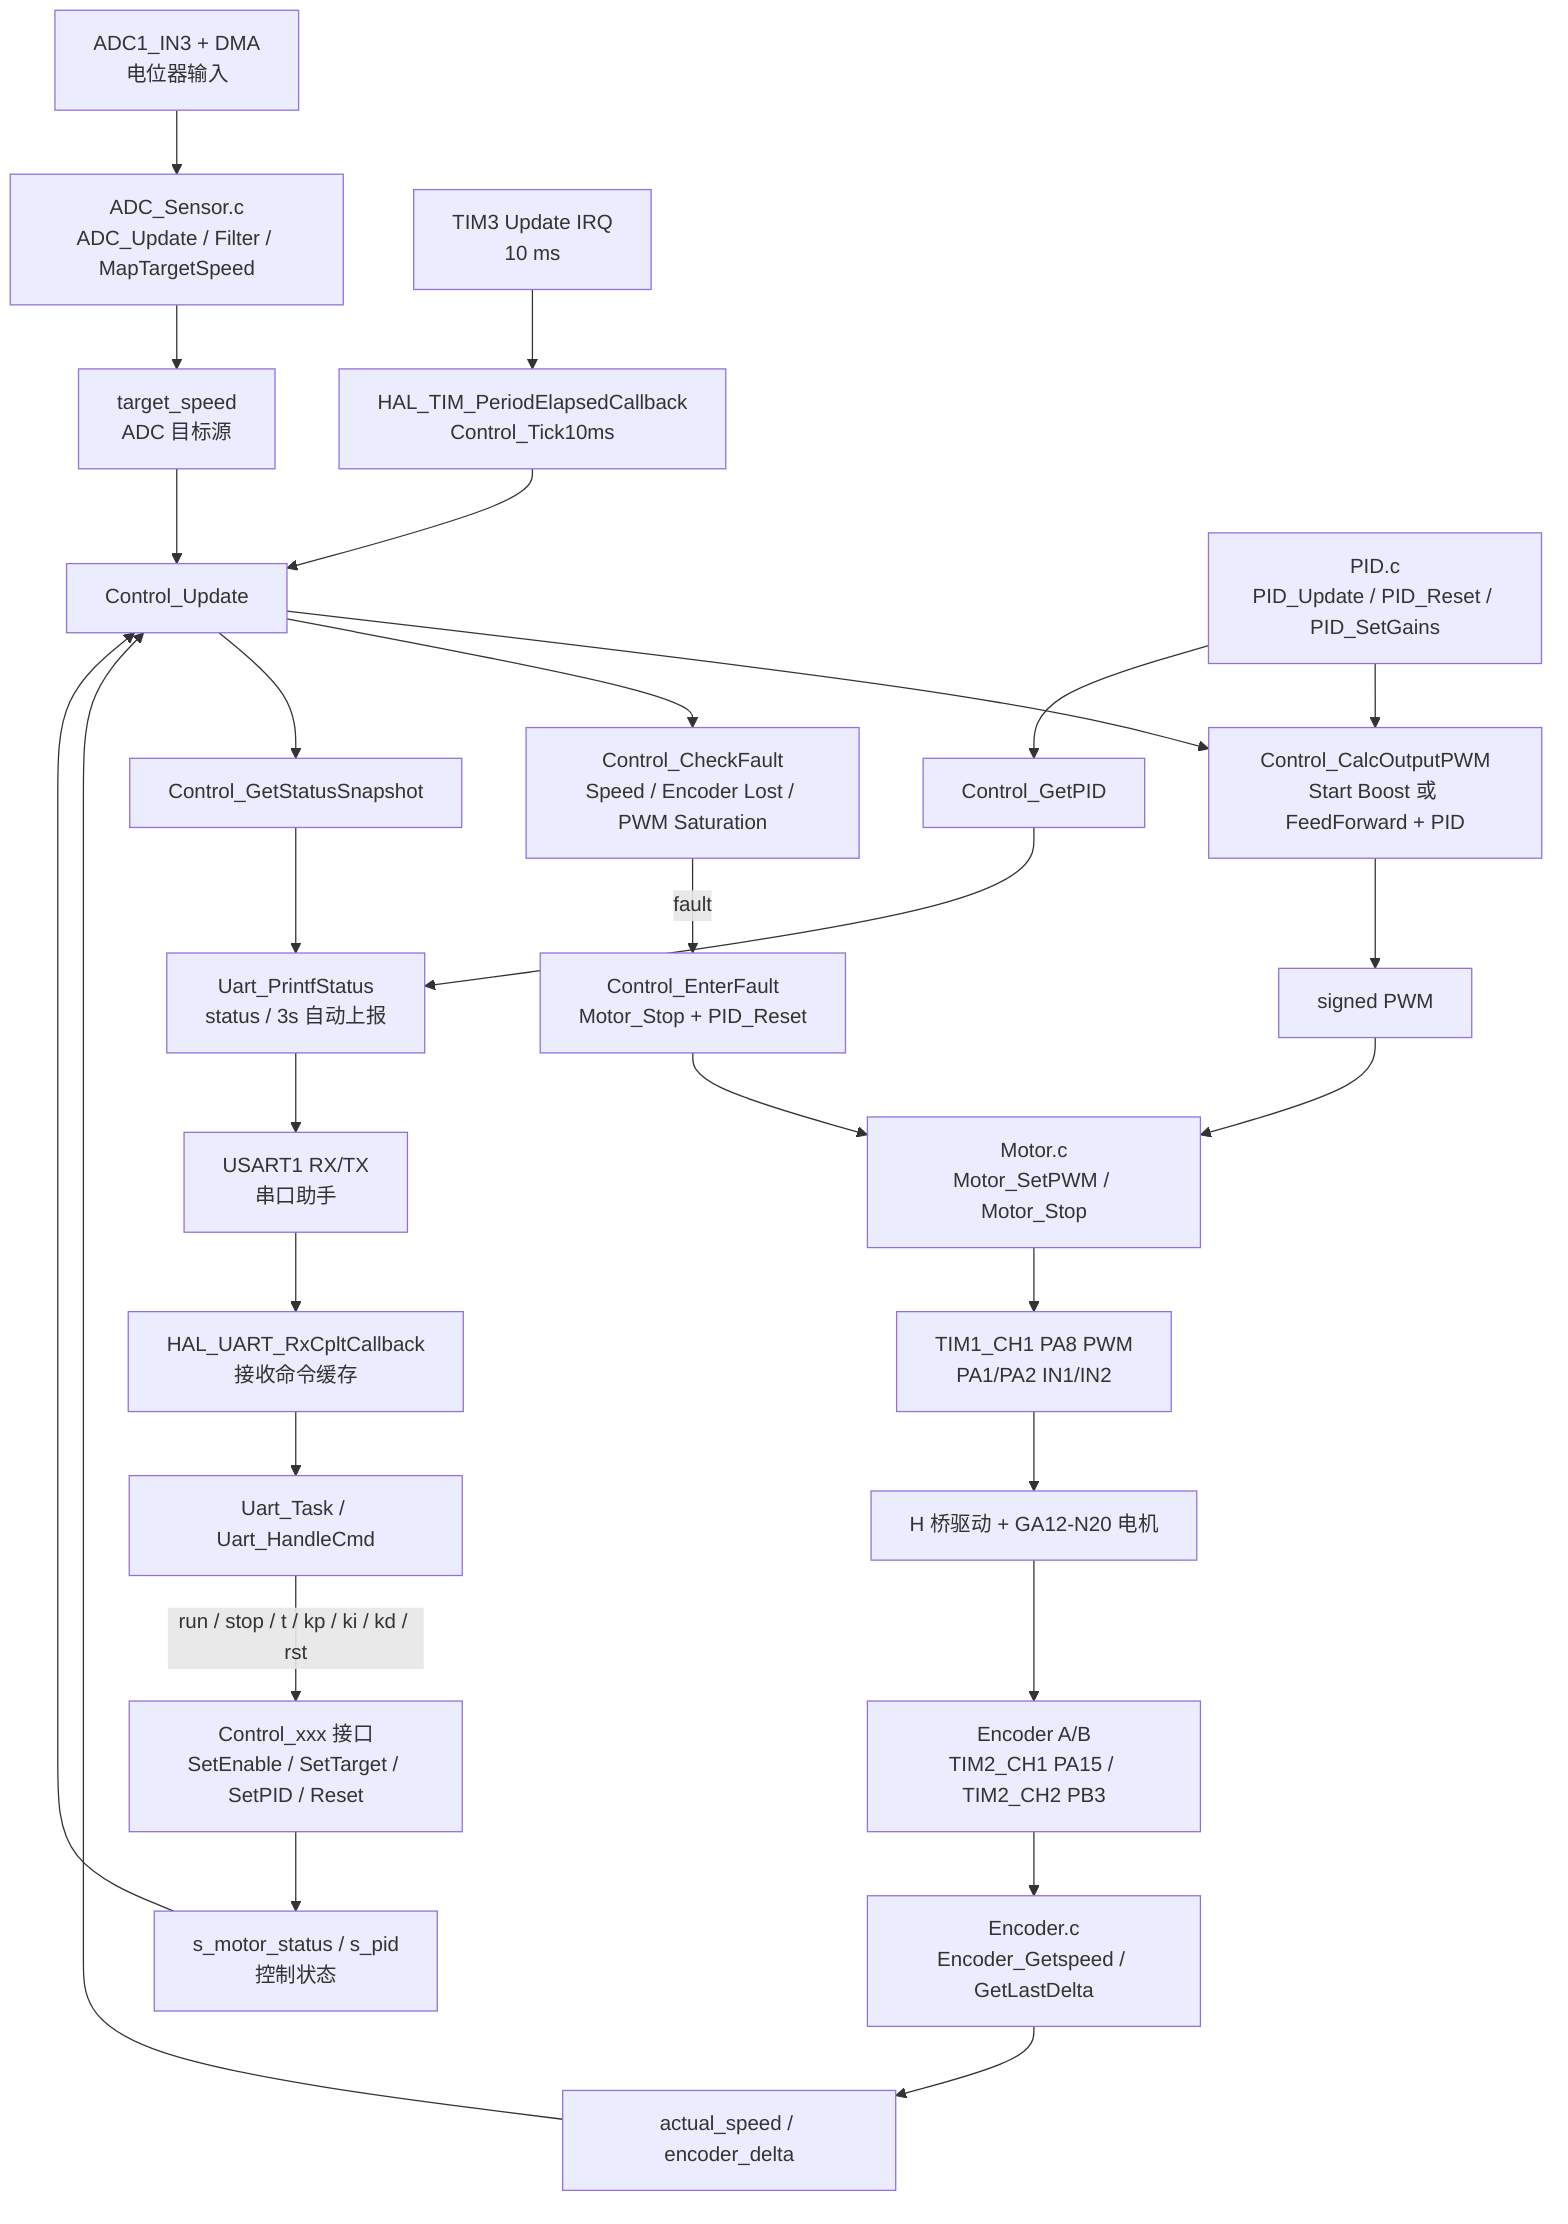
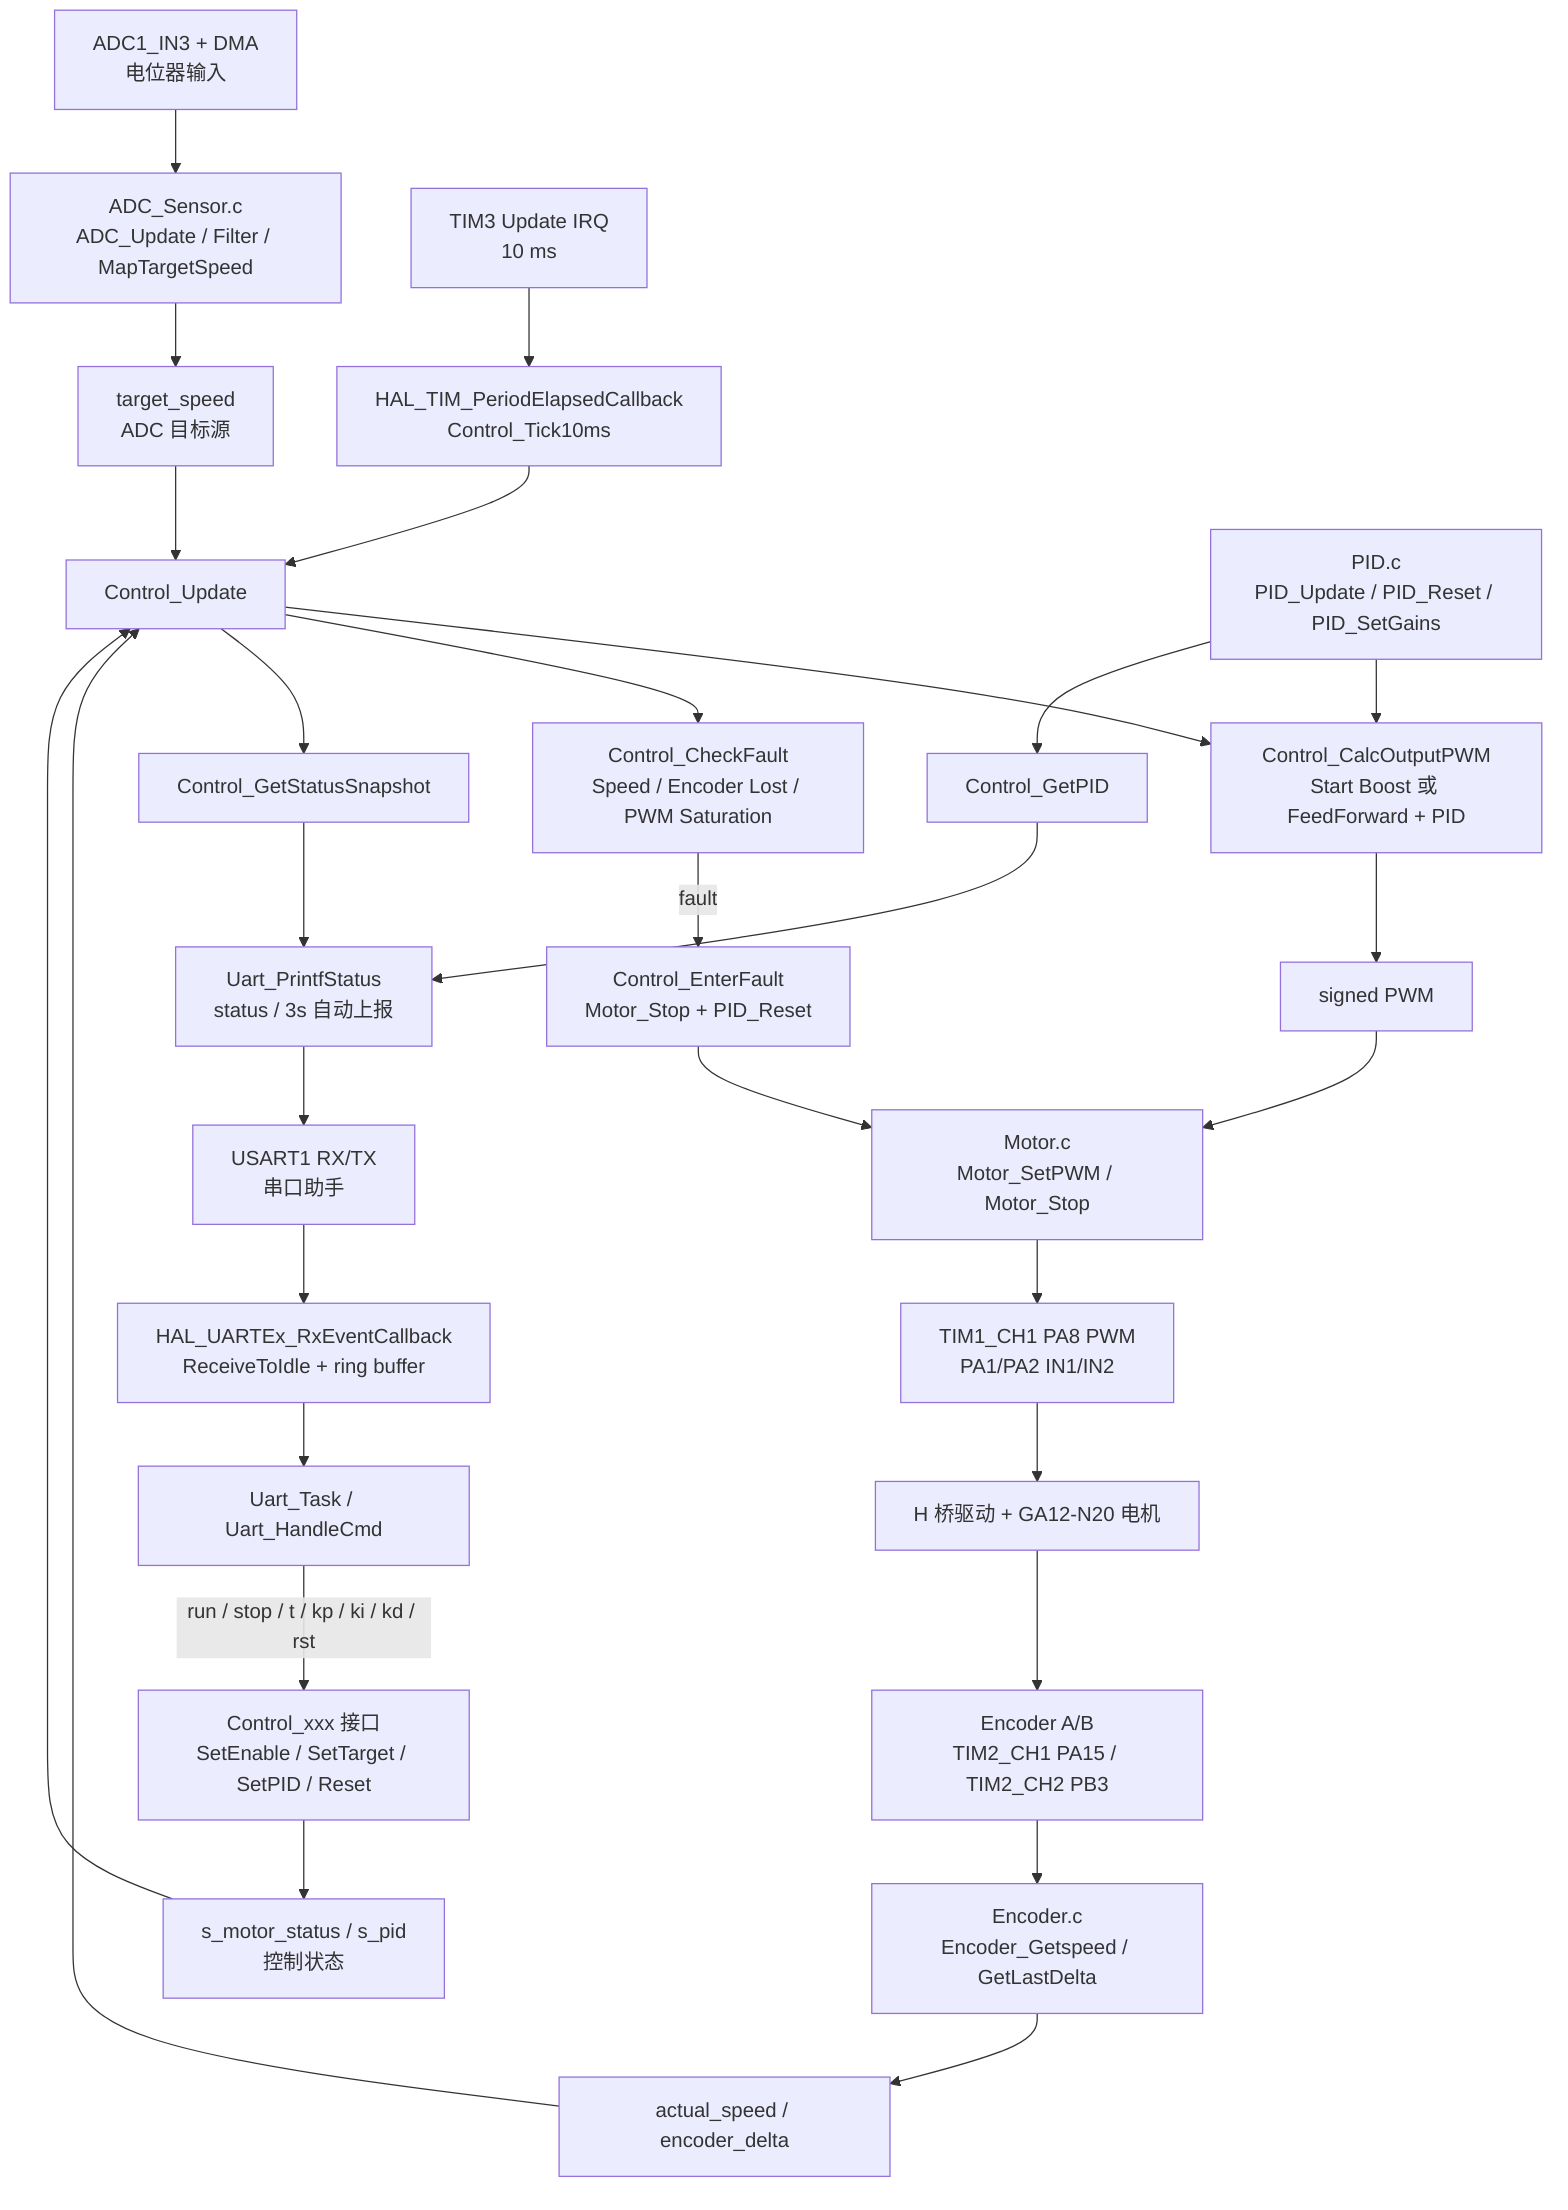
flowchart TD
    ADC_HW["ADC1_IN3 + DMA<br/>电位器输入"] --> ADC_MOD["ADC_Sensor.c<br/>ADC_Update / Filter / MapTargetSpeed"]
    ADC_MOD --> TARGET_ADC["target_speed<br/>ADC 目标源"]

-     UART_HW["USART1 RX/TX<br/>串口助手"] --> UART_ISR["HAL_UART_RxCpltCallback<br/>接收命令缓存"]
+     UART_HW["USART1 RX/TX<br/>串口助手"] --> UART_ISR["HAL_UARTEx_RxEventCallback<br/>ReceiveToIdle + ring buffer"]
    UART_ISR --> UART_TASK["Uart_Task / Uart_HandleCmd"]
    UART_TASK -->|"run / stop / t / kp / ki / kd / rst"| CTRL_API["Control_xxx 接口<br/>SetEnable / SetTarget / SetPID / Reset"]
    CTRL_API --> CTRL_STATE["s_motor_status / s_pid<br/>控制状态"]

    TIM3_IRQ["TIM3 Update IRQ<br/>10 ms"] --> CTRL_TICK["HAL_TIM_PeriodElapsedCallback<br/>Control_Tick10ms"]
    CTRL_TICK --> CTRL_UPDATE["Control_Update"]

    TARGET_ADC --> CTRL_UPDATE
    CTRL_STATE --> CTRL_UPDATE

    ENC_HW["Encoder A/B<br/>TIM2_CH1 PA15 / TIM2_CH2 PB3"] --> ENC_MOD["Encoder.c<br/>Encoder_Getspeed / GetLastDelta"]
    ENC_MOD --> FEEDBACK["actual_speed / encoder_delta"]
    FEEDBACK --> CTRL_UPDATE

    CTRL_UPDATE --> CALC_PWM["Control_CalcOutputPWM<br/>Start Boost 或 FeedForward + PID"]
    PID_MOD["PID.c<br/>PID_Update / PID_Reset / PID_SetGains"] --> CALC_PWM
    CALC_PWM --> PWM_CMD["signed PWM"]
    PWM_CMD --> MOTOR_MOD["Motor.c<br/>Motor_SetPWM / Motor_Stop"]
    MOTOR_MOD --> PWM_HW["TIM1_CH1 PA8 PWM<br/>PA1/PA2 IN1/IN2"]
    PWM_HW --> MOTOR_HW["H 桥驱动 + GA12-N20 电机"]
    MOTOR_HW --> ENC_HW

    CTRL_UPDATE --> FAULT_LOGIC["Control_CheckFault<br/>Speed / Encoder Lost / PWM Saturation"]
    FAULT_LOGIC -->|"fault"| FAULT_ENTER["Control_EnterFault<br/>Motor_Stop + PID_Reset"]
    FAULT_ENTER --> MOTOR_MOD

    CTRL_UPDATE --> STATUS_SNAPSHOT["Control_GetStatusSnapshot"]
    PID_MOD --> PID_SNAPSHOT["Control_GetPID"]
    STATUS_SNAPSHOT --> STATUS_PRINT["Uart_PrintfStatus<br/>status / 3s 自动上报"]
    PID_SNAPSHOT --> STATUS_PRINT
    STATUS_PRINT --> UART_HW
